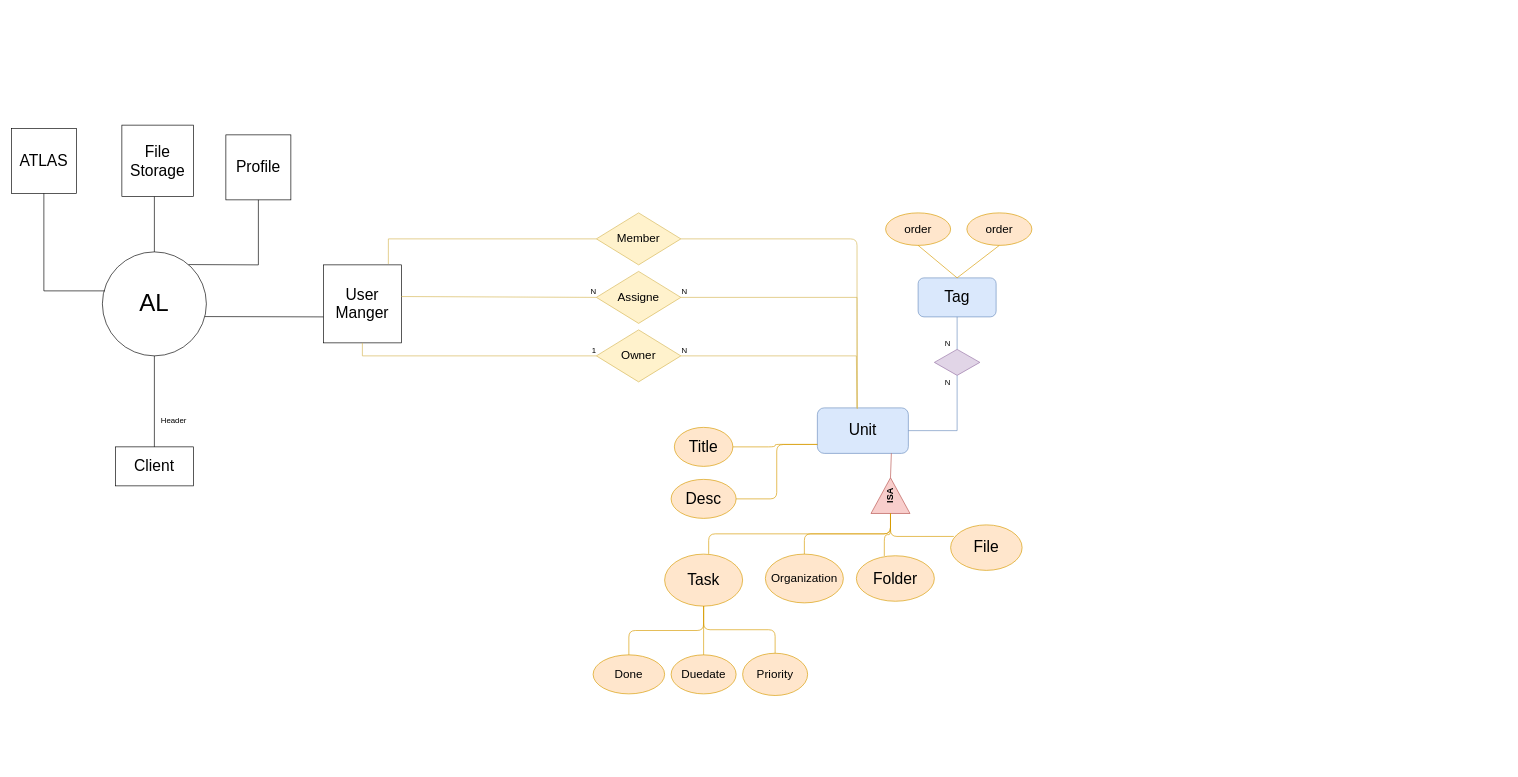
Above: Untitled Diagram.drawio in Straider71/test (draw.io), before the change. Source tidied: cells renumbered, new cells numbered last; positions are measured from the earlier drawing's top-left corner, leaving out a move shared by most shapes. Both pictures are drawn from the tidied source at 65%, with x=0, y=0 at pixel (11, 125).
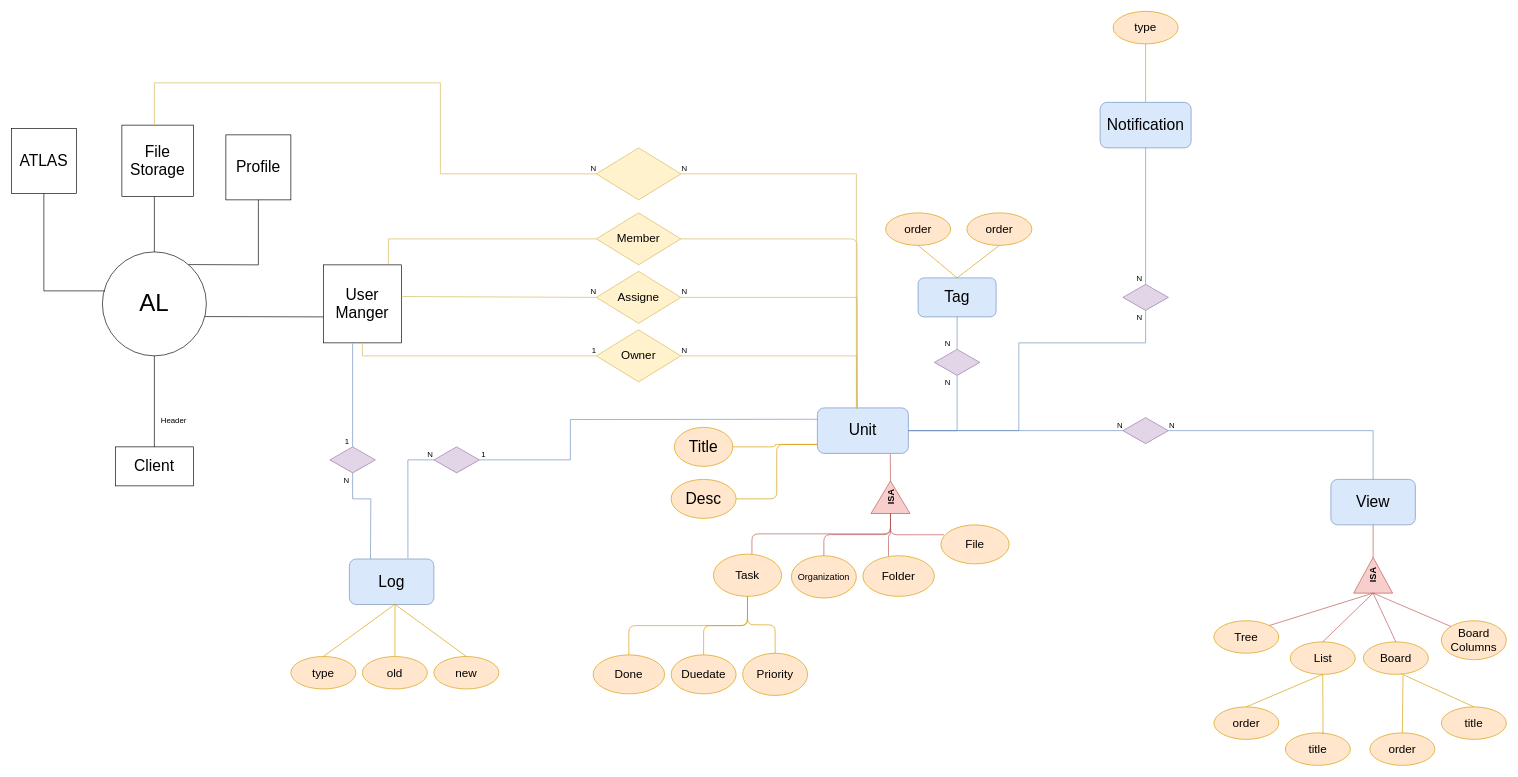
After the change.

Unchanged cells that the change refers to:
```xml
<mxCell id="16" value="&lt;font style=&quot;font-size: 24px&quot;&gt;Unit&lt;/font&gt;" style="rounded=1;whiteSpace=wrap;html=1;fillColor=#dae8fc;strokeColor=#6c8ebf;" parent="1" vertex="1">
  <mxGeometry x="1240" y="435" width="140" height="70" as="geometry" />
</mxCell>
```

Change to the diagram source:
```diff
@@
     <mxCell id="17" value="&lt;font style=&quot;font-size: 14px&quot;&gt;&lt;b&gt;ISA&lt;/b&gt;&lt;/font&gt;" style="triangle;whiteSpace=wrap;html=1;rotation=-90;fillColor=#f8cecc;strokeColor=#b85450;" parent="1" vertex="1">
-      <mxGeometry x="1325" y="540" width="55" height="60" as="geometry" />
+      <mxGeometry x="1327.5" y="542.5" width="50" height="60" as="geometry" />
     </mxCell>
-    <mxCell id="18" style="endArrow=none;html=1;entryX=0.813;entryY=0.998;entryDx=0;entryDy=0;entryPerimeter=0;exitX=1;exitY=0.5;exitDx=0;exitDy=0;fillColor=#f8cecc;strokeColor=#b85450;" parent="1" edge="1" source="17" target="16">
+    <mxCell id="18" style="endArrow=none;html=1;entryX=0.801;entryY=1.009;entryDx=0;entryDy=0;entryPerimeter=0;exitX=1;exitY=0.5;exitDx=0;exitDy=0;fillColor=#f8cecc;strokeColor=#b85450;" parent="1" edge="1" source="17" target="16">
       <mxGeometry relative="1" as="geometry" />
     </mxCell>
-    <mxCell id="19" value="&lt;font style=&quot;font-size: 24px&quot;&gt;Folder&lt;/font&gt;" style="ellipse;whiteSpace=wrap;html=1;fillColor=#ffe6cc;strokeColor=#d79b00;" parent="1" vertex="1">
-      <mxGeometry x="1300" y="662.5" width="120" height="70" as="geometry" />
+    <mxCell id="19" value="&lt;font style=&quot;font-size: 18px&quot;&gt;Folder&lt;/font&gt;" style="ellipse;whiteSpace=wrap;html=1;fillColor=#ffe6cc;strokeColor=#d79b00;" parent="1" vertex="1">
+      <mxGeometry x="1310" y="662.5" width="110" height="62.5" as="geometry" />
     </mxCell>
-    <mxCell id="20" value="&lt;font style=&quot;font-size: 18px&quot;&gt;Organization&lt;/font&gt;" style="ellipse;whiteSpace=wrap;html=1;fillColor=#ffe6cc;strokeColor=#d79b00;" parent="1" vertex="1">
-      <mxGeometry x="1160" y="660" width="120" height="75" as="geometry" />
+    <mxCell id="20" value="&lt;font style=&quot;font-size: 14px&quot;&gt;Organization&lt;/font&gt;" style="ellipse;whiteSpace=wrap;html=1;fillColor=#ffe6cc;strokeColor=#d79b00;" parent="1" vertex="1">
+      <mxGeometry x="1200" y="662.5" width="100" height="65" as="geometry" />
     </mxCell>
-    <mxCell id="21" value="&lt;font style=&quot;font-size: 24px&quot;&gt;Task&lt;/font&gt;" style="ellipse;whiteSpace=wrap;html=1;fillColor=#ffe6cc;strokeColor=#d79b00;" parent="1" vertex="1">
-      <mxGeometry x="1005" y="660" width="120" height="80" as="geometry" />
+    <mxCell id="21" value="&lt;font style=&quot;font-size: 18px&quot;&gt;Task&lt;/font&gt;" style="ellipse;whiteSpace=wrap;html=1;fillColor=#ffe6cc;strokeColor=#d79b00;" parent="1" vertex="1">
+      <mxGeometry x="1080" y="660" width="105" height="65" as="geometry" />
     </mxCell>
@@
-    <mxCell id="27" style="endArrow=none;html=1;fontFamily=Helvetica;fontSize=11;fontColor=#000000;align=center;strokeColor=#d79b00;edgeStyle=orthogonalEdgeStyle;exitX=0.045;exitY=0.254;exitDx=0;exitDy=0;exitPerimeter=0;entryX=0;entryY=0.5;entryDx=0;entryDy=0;fillColor=#ffe6cc;" parent="1" edge="1" source="28" target="17">
+    <mxCell id="27" style="endArrow=none;html=1;fontFamily=Helvetica;fontSize=11;fontColor=#000000;align=center;strokeColor=#b85450;edgeStyle=orthogonalEdgeStyle;exitX=0.045;exitY=0.254;exitDx=0;exitDy=0;exitPerimeter=0;entryX=0;entryY=0.5;entryDx=0;entryDy=0;fillColor=#f8cecc;" parent="1" edge="1" source="28" target="17">
       <mxGeometry relative="1" as="geometry" />
     </mxCell>
-    <mxCell id="28" value="&lt;font style=&quot;font-size: 24px&quot;&gt;File&lt;/font&gt;" style="ellipse;whiteSpace=wrap;html=1;fillColor=#ffe6cc;strokeColor=#d79b00;" parent="1" vertex="1">
-      <mxGeometry x="1445" y="615" width="110" height="70" as="geometry" />
+    <mxCell id="28" value="&lt;font style=&quot;font-size: 18px&quot;&gt;File&lt;/font&gt;" style="ellipse;whiteSpace=wrap;html=1;fillColor=#ffe6cc;strokeColor=#d79b00;" parent="1" vertex="1">
+      <mxGeometry x="1430" y="615" width="105" height="60" as="geometry" />
     </mxCell>
-    <mxCell id="29" style="endArrow=none;html=1;fontFamily=Helvetica;fontSize=11;fontColor=#000000;align=center;strokeColor=#d79b00;edgeStyle=orthogonalEdgeStyle;exitX=0.358;exitY=0.005;exitDx=0;exitDy=0;exitPerimeter=0;entryX=0;entryY=0.5;entryDx=0;entryDy=0;fillColor=#ffe6cc;" parent="1" edge="1" source="19" target="17">
+    <mxCell id="29" style="endArrow=none;html=1;fontFamily=Helvetica;fontSize=11;fontColor=#000000;align=center;strokeColor=#b85450;edgeStyle=orthogonalEdgeStyle;exitX=0.358;exitY=0.005;exitDx=0;exitDy=0;exitPerimeter=0;entryX=0;entryY=0.5;entryDx=0;entryDy=0;fillColor=#f8cecc;" parent="1" edge="1" source="19" target="17">
       <mxGeometry relative="1" as="geometry" />
     </mxCell>
-    <mxCell id="30" style="endArrow=none;html=1;fontFamily=Helvetica;fontSize=11;fontColor=#000000;align=center;strokeColor=#d79b00;edgeStyle=orthogonalEdgeStyle;exitX=0.5;exitY=0;exitDx=0;exitDy=0;entryX=0;entryY=0.5;entryDx=0;entryDy=0;fillColor=#ffe6cc;" parent="1" edge="1" source="20" target="17">
+    <mxCell id="30" style="endArrow=none;html=1;fontFamily=Helvetica;fontSize=11;fontColor=#000000;align=center;strokeColor=#b85450;edgeStyle=orthogonalEdgeStyle;exitX=0.5;exitY=0;exitDx=0;exitDy=0;entryX=0;entryY=0.5;entryDx=0;entryDy=0;fillColor=#f8cecc;" parent="1" edge="1" source="20" target="17">
       <mxGeometry relative="1" as="geometry" />
     </mxCell>
-    <mxCell id="31" style="endArrow=none;html=1;fontFamily=Helvetica;fontSize=11;fontColor=#000000;align=center;strokeColor=#d79b00;edgeStyle=orthogonalEdgeStyle;exitX=0.565;exitY=-0.004;exitDx=0;exitDy=0;exitPerimeter=0;entryX=0;entryY=0.5;entryDx=0;entryDy=0;fillColor=#ffe6cc;" parent="1" edge="1" source="21" target="17">
+    <mxCell id="31" style="endArrow=none;html=1;fontFamily=Helvetica;fontSize=11;fontColor=#000000;align=center;strokeColor=#b85450;edgeStyle=orthogonalEdgeStyle;exitX=0.565;exitY=-0.004;exitDx=0;exitDy=0;exitPerimeter=0;entryX=0;entryY=0.5;entryDx=0;entryDy=0;fillColor=#f8cecc;" parent="1" edge="1" source="21" target="17">
       <mxGeometry relative="1" as="geometry" />
     </mxCell>
@@
+    <mxCell id="60" value="&lt;font style=&quot;font-size: 24px&quot;&gt;View&lt;/font&gt;" style="rounded=1;whiteSpace=wrap;html=1;fillColor=#dae8fc;strokeColor=#6c8ebf;" parent="1" vertex="1">
+      <mxGeometry x="2030" y="545" width="130" height="70" as="geometry" />
+    </mxCell>
+    <mxCell id="61" value="&lt;font style=&quot;font-size: 14px&quot;&gt;&lt;b&gt;ISA&lt;/b&gt;&lt;/font&gt;" style="triangle;whiteSpace=wrap;html=1;rotation=-90;fillColor=#f8cecc;strokeColor=#b85450;" parent="1" vertex="1">
+      <mxGeometry x="2067.5" y="662.5" width="55" height="60" as="geometry" />
+    </mxCell>
+    <mxCell id="62" value="&lt;font style=&quot;font-size: 18px&quot;&gt;Board&lt;/font&gt;" style="ellipse;whiteSpace=wrap;html=1;align=center;fillColor=#ffe6cc;strokeColor=#d79b00;" parent="1" vertex="1">
+      <mxGeometry x="2080" y="795" width="100" height="50" as="geometry" />
+    </mxCell>
+    <mxCell id="63" value="&lt;font style=&quot;font-size: 18px&quot;&gt;Board Columns&lt;br&gt;&lt;/font&gt;" style="ellipse;whiteSpace=wrap;html=1;align=center;fillColor=#ffe6cc;strokeColor=#d79b00;" parent="1" vertex="1">
+      <mxGeometry x="2200" y="762.5" width="100" height="60" as="geometry" />
+    </mxCell>
+    <mxCell id="64" value="&lt;font style=&quot;font-size: 18px&quot;&gt;List&lt;/font&gt;" style="ellipse;whiteSpace=wrap;html=1;align=center;fillColor=#ffe6cc;strokeColor=#d79b00;" parent="1" vertex="1">
+      <mxGeometry x="1967.5" y="795" width="100" height="50" as="geometry" />
+    </mxCell>
+    <mxCell id="65" value="&lt;font style=&quot;font-size: 18px&quot;&gt;Tree&lt;/font&gt;" style="ellipse;whiteSpace=wrap;html=1;align=center;fillColor=#ffe6cc;strokeColor=#d79b00;" parent="1" vertex="1">
+      <mxGeometry x="1850" y="762.5" width="100" height="50" as="geometry" />
+    </mxCell>
+    <mxCell id="66" value="&lt;font style=&quot;font-size: 18px&quot;&gt;title&lt;/font&gt;" style="ellipse;whiteSpace=wrap;html=1;align=center;fillColor=#ffe6cc;strokeColor=#d79b00;" parent="1" vertex="1">
+      <mxGeometry x="2200" y="895" width="100" height="50" as="geometry" />
+    </mxCell>
+    <mxCell id="67" value="&lt;font style=&quot;font-size: 18px&quot;&gt;order&lt;/font&gt;" style="ellipse;whiteSpace=wrap;html=1;align=center;fillColor=#ffe6cc;strokeColor=#d79b00;" parent="1" vertex="1">
+      <mxGeometry x="2090" y="935" width="100" height="50" as="geometry" />
+    </mxCell>
+    <mxCell id="68" value="&lt;font style=&quot;font-size: 18px&quot;&gt;title&lt;/font&gt;" style="ellipse;whiteSpace=wrap;html=1;align=center;fillColor=#ffe6cc;strokeColor=#d79b00;" parent="1" vertex="1">
+      <mxGeometry x="1960" y="935" width="100" height="50" as="geometry" />
+    </mxCell>
+    <mxCell id="69" value="&lt;font style=&quot;font-size: 18px&quot;&gt;order&lt;/font&gt;" style="ellipse;whiteSpace=wrap;html=1;align=center;fillColor=#ffe6cc;strokeColor=#d79b00;" parent="1" vertex="1">
+      <mxGeometry x="1850" y="895" width="100" height="50" as="geometry" />
+    </mxCell>
+    <mxCell id="70" style="endArrow=none;html=1;entryX=0.5;entryY=1;entryDx=0;entryDy=0;fillColor=#f8cecc;strokeColor=#b85450;" parent="1" edge="1" source="61" target="60">
+      <mxGeometry relative="1" as="geometry" />
+    </mxCell>
+    <mxCell id="71" style="endArrow=none;html=1;entryX=0;entryY=0.5;entryDx=0;entryDy=0;exitX=1;exitY=0;exitDx=0;exitDy=0;fillColor=#f8cecc;strokeColor=#b85450;" parent="1" edge="1" source="65" target="61">
+      <mxGeometry relative="1" as="geometry" />
+    </mxCell>
+    <mxCell id="72" style="endArrow=none;html=1;entryX=0;entryY=0.5;entryDx=0;entryDy=0;exitX=0.5;exitY=0;exitDx=0;exitDy=0;fillColor=#f8cecc;strokeColor=#b85450;" parent="1" edge="1" source="64" target="61">
+      <mxGeometry relative="1" as="geometry" />
+    </mxCell>
+    <mxCell id="73" style="endArrow=none;html=1;entryX=0;entryY=0.5;entryDx=0;entryDy=0;exitX=0.5;exitY=0;exitDx=0;exitDy=0;fillColor=#f8cecc;strokeColor=#b85450;" parent="1" edge="1" source="62" target="61">
+      <mxGeometry relative="1" as="geometry" />
+    </mxCell>
+    <mxCell id="74" style="endArrow=none;html=1;entryX=0.5;entryY=1;entryDx=0;entryDy=0;exitX=0.58;exitY=0.04;exitDx=0;exitDy=0;exitPerimeter=0;fillColor=#ffe6cc;strokeColor=#d79b00;" parent="1" edge="1" source="68" target="64">
+      <mxGeometry relative="1" as="geometry" />
+    </mxCell>
+    <mxCell id="75" style="endArrow=none;html=1;entryX=0;entryY=0.5;entryDx=0;entryDy=0;exitX=0;exitY=0;exitDx=0;exitDy=0;fillColor=#f8cecc;strokeColor=#b85450;" parent="1" edge="1" source="63" target="61">
+      <mxGeometry relative="1" as="geometry" />
+    </mxCell>
+    <mxCell id="76" style="endArrow=none;html=1;entryX=0.5;entryY=1;entryDx=0;entryDy=0;exitX=0.5;exitY=0;exitDx=0;exitDy=0;fillColor=#ffe6cc;strokeColor=#d79b00;" parent="1" edge="1" source="69" target="64">
+      <mxGeometry relative="1" as="geometry" />
+    </mxCell>
+    <mxCell id="77" style="endArrow=none;html=1;entryX=0.61;entryY=1.04;entryDx=0;entryDy=0;exitX=0.5;exitY=0;exitDx=0;exitDy=0;entryPerimeter=0;fillColor=#ffe6cc;strokeColor=#d79b00;" parent="1" edge="1" source="67" target="62">
+      <mxGeometry relative="1" as="geometry" />
+    </mxCell>
+    <mxCell id="78" style="endArrow=none;html=1;entryX=0.58;entryY=0.98;entryDx=0;entryDy=0;entryPerimeter=0;exitX=0.5;exitY=0;exitDx=0;exitDy=0;fillColor=#ffe6cc;strokeColor=#d79b00;" parent="1" edge="1" source="66" target="62">
+      <mxGeometry relative="1" as="geometry" />
+    </mxCell>
+    <mxCell id="79" style="rhombus;whiteSpace=wrap;html=1;fillColor=#e1d5e7;strokeColor=#9673a6;" parent="1" vertex="1">
+      <mxGeometry x="1710" y="450" width="70" height="40" as="geometry" />
+    </mxCell>
+    <mxCell id="80" style="endArrow=none;html=1;rounded=0;exitX=1;exitY=0.5;exitDx=0;exitDy=0;entryX=0;entryY=0.5;entryDx=0;entryDy=0;fillColor=#dae8fc;strokeColor=#6c8ebf;" parent="1" edge="1" source="16" target="79">
+      <mxGeometry relative="1" as="geometry" />
+    </mxCell>
+    <mxCell id="81" value="N" style="html=1;align=right;verticalAlign=bottom;" parent="80" vertex="1">
+      <mxGeometry x="1" relative="1" as="geometry" />
+    </mxCell>
+    <mxCell id="82" style="endArrow=none;html=1;rounded=0;entryX=1;entryY=0.5;entryDx=0;entryDy=0;exitX=0.5;exitY=0;exitDx=0;exitDy=0;fillColor=#dae8fc;strokeColor=#6c8ebf;" parent="1" edge="1" source="60" target="79">
+      <mxGeometry relative="1" as="geometry">
+        <Array as="points">
+          <mxPoint x="2095" y="470" />
+        </Array>
+      </mxGeometry>
+    </mxCell>
+    <mxCell id="83" value="N" style="html=1;align=right;verticalAlign=bottom;" parent="82" vertex="1">
+      <mxGeometry x="1" relative="1" as="geometry">
+        <mxPoint x="10" as="offset" />
+      </mxGeometry>
+    </mxCell>
+    <mxCell id="84" value="&lt;font style=&quot;font-size: 24px&quot;&gt;Log&lt;/font&gt;" style="rounded=1;whiteSpace=wrap;html=1;fillColor=#dae8fc;strokeColor=#6c8ebf;" parent="1" vertex="1">
+      <mxGeometry x="520" y="667.5" width="130" height="70" as="geometry" />
+    </mxCell>
+    <mxCell id="85" style="rhombus;whiteSpace=wrap;html=1;fillColor=#e1d5e7;strokeColor=#9673a6;" parent="1" vertex="1">
+      <mxGeometry x="650" y="495" width="70" height="40" as="geometry" />
+    </mxCell>
+    <mxCell id="86" style="endArrow=none;html=1;rounded=0;entryX=1;entryY=0.5;entryDx=0;entryDy=0;exitX=0;exitY=0.25;exitDx=0;exitDy=0;fillColor=#dae8fc;strokeColor=#6c8ebf;" parent="1" edge="1" source="16" target="85">
+      <mxGeometry relative="1" as="geometry">
+        <Array as="points">
+          <mxPoint x="860" y="453" />
+          <mxPoint x="860" y="515" />
+        </Array>
+      </mxGeometry>
+    </mxCell>
+    <mxCell id="87" value="1" style="html=1;align=right;verticalAlign=bottom;" parent="86" vertex="1">
+      <mxGeometry x="1" relative="1" as="geometry">
+        <mxPoint x="10" as="offset" />
+      </mxGeometry>
+    </mxCell>
+    <mxCell id="88" style="endArrow=none;html=1;rounded=0;entryX=0;entryY=0.5;entryDx=0;entryDy=0;exitX=0.693;exitY=-0.016;exitDx=0;exitDy=0;fillColor=#dae8fc;strokeColor=#6c8ebf;exitPerimeter=0;" parent="1" edge="1" source="84" target="85">
+      <mxGeometry relative="1" as="geometry">
+        <Array as="points">
+          <mxPoint x="610" y="515" />
+        </Array>
+      </mxGeometry>
+    </mxCell>
+    <mxCell id="89" value="N" style="html=1;align=right;verticalAlign=bottom;" parent="88" vertex="1">
+      <mxGeometry x="1" relative="1" as="geometry">
+        <mxPoint x="-0.2" as="offset" />
+      </mxGeometry>
+    </mxCell>
+    <mxCell id="90" value="&lt;font style=&quot;font-size: 18px&quot;&gt;type&lt;/font&gt;" style="ellipse;whiteSpace=wrap;html=1;align=center;fillColor=#ffe6cc;strokeColor=#d79b00;" parent="1" vertex="1">
+      <mxGeometry x="430" y="817.5" width="100" height="50" as="geometry" />
+    </mxCell>
+    <mxCell id="91" value="&lt;font style=&quot;font-size: 18px&quot;&gt;old&lt;/font&gt;" style="ellipse;whiteSpace=wrap;html=1;align=center;fillColor=#ffe6cc;strokeColor=#d79b00;" parent="1" vertex="1">
+      <mxGeometry x="540" y="817.5" width="100" height="50" as="geometry" />
+    </mxCell>
+    <mxCell id="92" value="&lt;font style=&quot;font-size: 18px&quot;&gt;new&lt;/font&gt;" style="ellipse;whiteSpace=wrap;html=1;align=center;fillColor=#ffe6cc;strokeColor=#d79b00;" parent="1" vertex="1">
+      <mxGeometry x="650" y="817.5" width="100" height="50" as="geometry" />
+    </mxCell>
+    <mxCell id="93" style="endArrow=none;html=1;entryX=0.5;entryY=0;entryDx=0;entryDy=0;exitX=0.54;exitY=0.992;exitDx=0;exitDy=0;fillColor=#ffe6cc;strokeColor=#d79b00;exitPerimeter=0;" parent="1" edge="1" source="84" target="90">
+      <mxGeometry relative="1" as="geometry" />
+    </mxCell>
+    <mxCell id="94" style="endArrow=none;html=1;entryX=0.5;entryY=0;entryDx=0;entryDy=0;fillColor=#ffe6cc;strokeColor=#d79b00;exitX=0.54;exitY=0.998;exitDx=0;exitDy=0;exitPerimeter=0;" parent="1" edge="1" source="84" target="91">
+      <mxGeometry relative="1" as="geometry" />
+    </mxCell>
+    <mxCell id="95" style="endArrow=none;html=1;entryX=0.5;entryY=0;entryDx=0;entryDy=0;exitX=0.536;exitY=0.992;exitDx=0;exitDy=0;fillColor=#ffe6cc;strokeColor=#d79b00;exitPerimeter=0;" parent="1" edge="1" source="84" target="92">
+      <mxGeometry relative="1" as="geometry" />
+    </mxCell>
+    <mxCell id="96" style="rhombus;whiteSpace=wrap;html=1;fillColor=#e1d5e7;strokeColor=#9673a6;" parent="1" vertex="1">
+      <mxGeometry x="490" y="495" width="70" height="40" as="geometry" />
+    </mxCell>
+    <mxCell id="97" style="endArrow=none;html=1;rounded=0;entryX=0.5;entryY=0;entryDx=0;entryDy=0;fillColor=#dae8fc;strokeColor=#6c8ebf;" parent="1" edge="1" target="96">
+      <mxGeometry relative="1" as="geometry">
+        <mxPoint x="525" y="336" as="sourcePoint" />
+      </mxGeometry>
+    </mxCell>
+    <mxCell id="98" value="1" style="html=1;align=right;verticalAlign=bottom;" parent="97" vertex="1">
+      <mxGeometry x="1" relative="1" as="geometry">
+        <mxPoint x="-5" as="offset" />
+      </mxGeometry>
+    </mxCell>
+    <mxCell id="99" style="endArrow=none;html=1;rounded=0;entryX=0.5;entryY=1;entryDx=0;entryDy=0;exitX=0.25;exitY=0;exitDx=0;exitDy=0;fillColor=#dae8fc;strokeColor=#6c8ebf;" parent="1" edge="1" source="84" target="96">
+      <mxGeometry relative="1" as="geometry">
+        <Array as="points">
+          <mxPoint x="553" y="575" />
+          <mxPoint x="525" y="575" />
+        </Array>
+      </mxGeometry>
+    </mxCell>
+    <mxCell id="100" value="N" style="html=1;align=right;verticalAlign=bottom;" parent="99" vertex="1">
+      <mxGeometry x="1" relative="1" as="geometry">
+        <mxPoint x="-5" y="20" as="offset" />
+      </mxGeometry>
+    </mxCell>
+    <mxCell id="101" style="rhombus;whiteSpace=wrap;html=1;fillColor=#fff2cc;strokeColor=#d6b656;" parent="1" vertex="1">
+      <mxGeometry x="900" y="35" width="130" height="80" as="geometry" />
+    </mxCell>
+    <mxCell id="102" style="endArrow=none;html=1;rounded=0;entryX=0;entryY=0.5;entryDx=0;entryDy=0;fillColor=#fff2cc;strokeColor=#d6b656;" parent="1" edge="1" target="101">
+      <mxGeometry relative="1" as="geometry">
+        <mxPoint x="220" as="sourcePoint" />
+        <Array as="points">
+          <mxPoint x="220" y="-65" />
+          <mxPoint x="660" y="-65" />
+          <mxPoint x="660" y="75" />
+        </Array>
+      </mxGeometry>
+    </mxCell>
+    <mxCell id="103" value="N" style="html=1;align=right;verticalAlign=bottom;" parent="102" vertex="1">
+      <mxGeometry x="1" relative="1" as="geometry" />
+    </mxCell>
+    <mxCell id="104" style="endArrow=none;html=1;rounded=0;entryX=1;entryY=0.5;entryDx=0;entryDy=0;fillColor=#fff2cc;strokeColor=#d6b656;" parent="1" edge="1" target="101">
+      <mxGeometry relative="1" as="geometry">
+        <mxPoint x="1300" y="437" as="sourcePoint" />
+        <Array as="points">
+          <mxPoint x="1300" y="75" />
+        </Array>
+      </mxGeometry>
+    </mxCell>
+    <mxCell id="105" value="N" style="html=1;align=right;verticalAlign=bottom;" parent="104" vertex="1">
+      <mxGeometry x="1" relative="1" as="geometry">
+        <mxPoint x="10" as="offset" />
+      </mxGeometry>
+    </mxCell>
+    <mxCell id="106" value="&lt;font style=&quot;font-size: 24px&quot;&gt;Notification&lt;/font&gt;" style="rounded=1;whiteSpace=wrap;html=1;fillColor=#dae8fc;strokeColor=#6c8ebf;" parent="1" vertex="1">
+      <mxGeometry x="1675" y="-35" width="140" height="70" as="geometry" />
+    </mxCell>
+    <mxCell id="107" value="&lt;font style=&quot;font-size: 18px&quot;&gt;type&lt;/font&gt;" style="ellipse;whiteSpace=wrap;html=1;align=center;fillColor=#ffe6cc;strokeColor=#d79b00;" parent="1" vertex="1">
+      <mxGeometry x="1695" y="-175" width="100" height="50" as="geometry" />
+    </mxCell>
+    <mxCell id="108" style="endArrow=none;html=1;entryX=0.5;entryY=1;entryDx=0;entryDy=0;exitX=0.5;exitY=0;exitDx=0;exitDy=0;fillColor=#ffe6cc;strokeColor=#d79b00;" parent="1" edge="1" source="106" target="107">
+      <mxGeometry relative="1" as="geometry" />
+    </mxCell>
+    <mxCell id="109" style="rhombus;whiteSpace=wrap;html=1;fillColor=#e1d5e7;strokeColor=#9673a6;" parent="1" vertex="1">
+      <mxGeometry x="1710" y="245" width="70" height="40" as="geometry" />
+    </mxCell>
+    <mxCell id="110" style="endArrow=none;html=1;rounded=0;entryX=0.5;entryY=0;entryDx=0;entryDy=0;exitX=0.5;exitY=1;exitDx=0;exitDy=0;fillColor=#dae8fc;strokeColor=#6c8ebf;" parent="1" edge="1" source="106" target="109">
+      <mxGeometry relative="1" as="geometry" />
+    </mxCell>
+    <mxCell id="111" value="N" style="html=1;align=right;verticalAlign=bottom;" parent="110" vertex="1">
+      <mxGeometry x="1" relative="1" as="geometry">
+        <mxPoint x="-5" as="offset" />
+      </mxGeometry>
+    </mxCell>
+    <mxCell id="112" style="endArrow=none;html=1;rounded=0;entryX=0.5;entryY=1;entryDx=0;entryDy=0;exitX=1;exitY=0.5;exitDx=0;exitDy=0;fillColor=#dae8fc;strokeColor=#6c8ebf;" parent="1" edge="1" source="16" target="109">
+      <mxGeometry relative="1" as="geometry">
+        <Array as="points">
+          <mxPoint x="1550" y="470" />
+          <mxPoint x="1550" y="335" />
+          <mxPoint x="1745" y="335" />
+        </Array>
+      </mxGeometry>
+    </mxCell>
+    <mxCell id="113" value="N" style="html=1;align=right;verticalAlign=bottom;" parent="112" vertex="1">
+      <mxGeometry x="1" relative="1" as="geometry">
+        <mxPoint x="-5" y="20" as="offset" />
+      </mxGeometry>
+    </mxCell>
```
